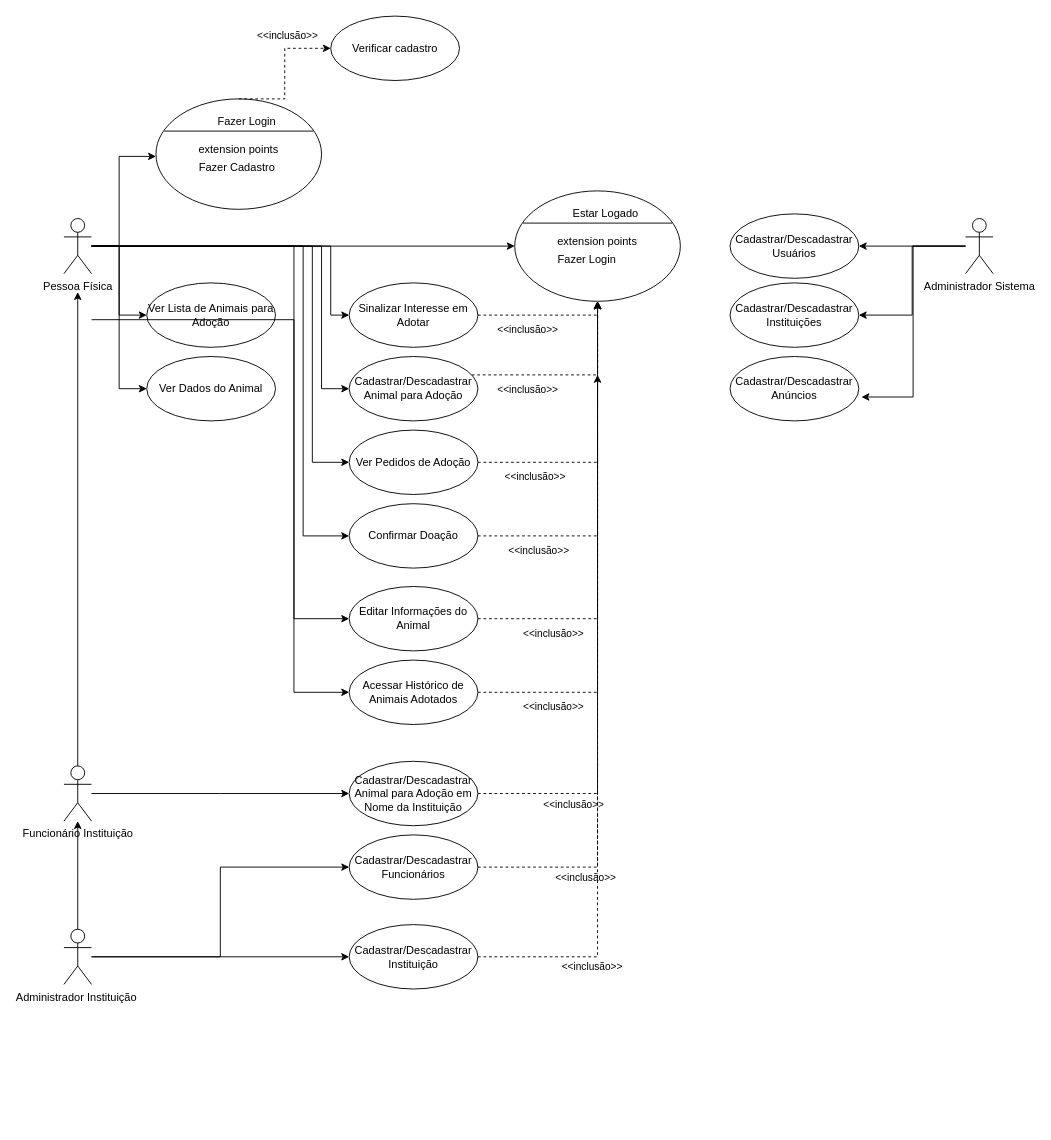
Earlier version of the draw.io diagram Documentos/Caso de Uso.drawio (GuilhermeRPimenta/trabalho-modelagem). Source tidied: cells renumbered, new cells numbered last; positions are measured from the earlier drawing's top-left corner, leaving out a move shared by most shapes. Both pictures are drawn from the tidied source at 92%, with x=0, y=0 at pixel (63, 16).
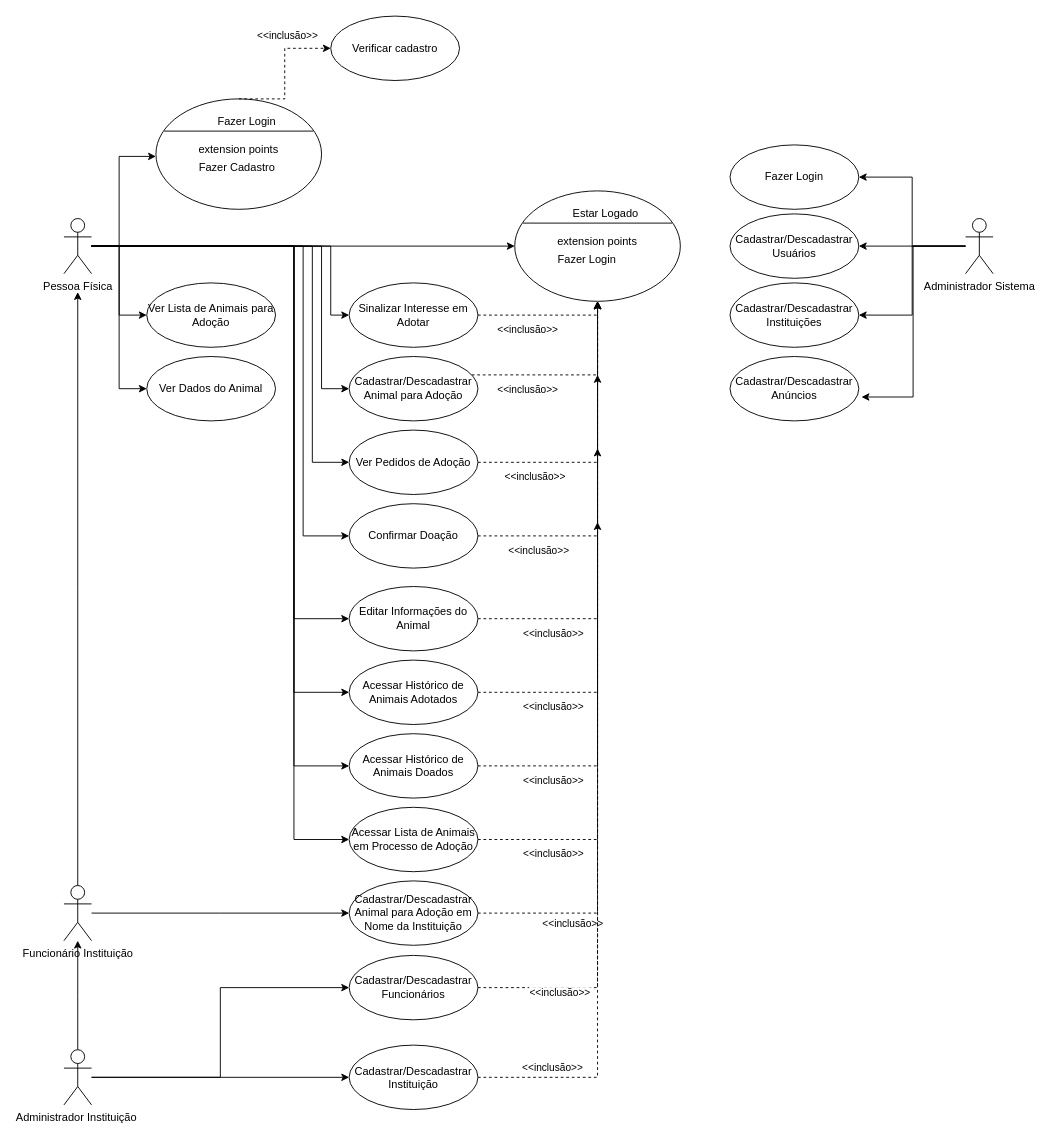
The same diagram, later.

Unchanged cells that the change refers to:
```xml
<mxCell id="11" value="Pessoa Física" style="shape=umlActor;verticalLabelPosition=bottom;verticalAlign=top;html=1;outlineConnect=0;" parent="1" vertex="1">
  <mxGeometry y="220" width="30" height="60" as="geometry" />
</mxCell>
<mxCell id="22" value="Administrador Sistema" style="shape=umlActor;verticalLabelPosition=bottom;verticalAlign=top;html=1;outlineConnect=0;" parent="1" vertex="1">
  <mxGeometry x="980" y="220" width="30" height="60" as="geometry" />
</mxCell>
<mxCell id="23" style="edgeStyle=elbowEdgeStyle;shape=connector;rounded=0;jettySize=auto;html=1;strokeColor=default;align=center;verticalAlign=middle;fontFamily=Helvetica;fontSize=11;fontColor=default;labelBackgroundColor=default;endArrow=classic;dashed=1;" parent="1" edge="1" source="25">
  <mxGeometry relative="1" as="geometry">
    <mxPoint x="580" y="310" as="targetPoint" />
    <Array as="points">
      <mxPoint x="580" y="510" />
    </Array>
  </mxGeometry>
</mxCell>
<mxCell id="55" style="edgeStyle=elbowEdgeStyle;shape=connector;rounded=0;jettySize=auto;html=1;strokeColor=default;align=center;verticalAlign=middle;fontFamily=Helvetica;fontSize=11;fontColor=default;labelBackgroundColor=default;endArrow=classic;dashed=1;exitX=1;exitY=0.5;exitDx=0;exitDy=0;entryX=0.5;entryY=1;entryDx=0;entryDy=0;" parent="1" edge="1" source="19" target="50">
  <mxGeometry relative="1" as="geometry">
    <Array as="points">
      <mxPoint x="580" y="640" />
    </Array>
  </mxGeometry>
</mxCell>
<mxCell id="57" style="edgeStyle=elbowEdgeStyle;shape=connector;rounded=0;jettySize=auto;html=1;strokeColor=default;align=center;verticalAlign=middle;fontFamily=Helvetica;fontSize=11;fontColor=default;labelBackgroundColor=default;endArrow=classic;dashed=1;exitX=1;exitY=0.5;exitDx=0;exitDy=0;entryX=0.5;entryY=1;entryDx=0;entryDy=0;" parent="1" edge="1" source="26" target="50">
  <mxGeometry relative="1" as="geometry">
    <Array as="points">
      <mxPoint x="580" y="690" />
    </Array>
  </mxGeometry>
</mxCell>
<mxCell id="67" value="Acessar Histórico de Animais Adotados" style="ellipse;whiteSpace=wrap;html=1;" parent="1" vertex="1">
  <mxGeometry x="310" y="700" width="140" height="70" as="geometry" />
</mxCell>
```

Change to the diagram source:
```diff
@@
     <mxCell id="15" value="Administrador Instituição&amp;nbsp;" style="shape=umlActor;verticalLabelPosition=bottom;verticalAlign=top;html=1;outlineConnect=0;" parent="1" vertex="1">
-      <mxGeometry y="992.5" width="30" height="60" as="geometry" />
+      <mxGeometry y="1123.5" width="30" height="60" as="geometry" />
     </mxCell>
@@
     <mxCell id="19" value="Cadastrar/Descadastrar Funcionários" style="ellipse;whiteSpace=wrap;html=1;" parent="1" vertex="1">
-      <mxGeometry x="310" y="890" width="140" height="70" as="geometry" />
+      <mxGeometry x="310" y="1021" width="140" height="70" as="geometry" />
     </mxCell>
@@
+    <mxCell id="70" style="edgeStyle=elbowEdgeStyle;rounded=0;jettySize=auto;html=1;entryX=1;entryY=0.5;entryDx=0;entryDy=0;" parent="1" edge="1" source="22" target="79">
+      <mxGeometry relative="1" as="geometry" />
+    </mxCell>
@@
     <mxCell id="24" value="&amp;lt;&amp;lt;inclusão&amp;gt;&amp;gt;" style="edgeLabel;html=1;align=center;verticalAlign=middle;fontFamily=Helvetica;fontSize=11;fontColor=default;labelBackgroundColor=default;" parent="23" vertex="1">
       <mxGeometry x="-0.68" y="4" relative="1" as="geometry">
-        <mxPoint x="-3" y="15" as="offset" />
+        <mxPoint x="-25" y="15" as="offset" />
       </mxGeometry>
     </mxCell>
     <mxCell id="25" value="Cadastrar/Descadastrar Animal para Adoção em Nome da Instituição" style="ellipse;whiteSpace=wrap;html=1;" parent="1" vertex="1">
-      <mxGeometry x="310" y="810" width="140" height="70" as="geometry" />
+      <mxGeometry x="310" y="940" width="140" height="70" as="geometry" />
     </mxCell>
     <mxCell id="26" value="Cadastrar/Descadastrar Instituição" style="ellipse;whiteSpace=wrap;html=1;" parent="1" vertex="1">
-      <mxGeometry x="310" y="987.5" width="140" height="70" as="geometry" />
+      <mxGeometry x="310" y="1118.5" width="140" height="70" as="geometry" />
     </mxCell>
@@
     <mxCell id="28" value="Funcionário Instituição" style="shape=umlActor;verticalLabelPosition=bottom;verticalAlign=top;html=1;outlineConnect=0;" parent="1" vertex="1">
-      <mxGeometry y="815" width="30" height="60" as="geometry" />
+      <mxGeometry y="945" width="30" height="60" as="geometry" />
     </mxCell>
@@
     <mxCell id="56" value="&amp;lt;&amp;lt;inclusão&amp;gt;&amp;gt;" style="edgeLabel;html=1;align=center;verticalAlign=middle;fontFamily=Helvetica;fontSize=11;fontColor=default;labelBackgroundColor=default;" parent="55" vertex="1">
       <mxGeometry x="-0.68" y="4" relative="1" as="geometry">
-        <mxPoint x="-3" y="15" as="offset" />
+        <mxPoint x="-38" y="15" as="offset" />
       </mxGeometry>
     </mxCell>
@@
     <mxCell id="58" value="&amp;lt;&amp;lt;inclusão&amp;gt;&amp;gt;" style="edgeLabel;html=1;align=center;verticalAlign=middle;fontFamily=Helvetica;fontSize=11;fontColor=default;labelBackgroundColor=default;" parent="57" vertex="1">
       <mxGeometry x="-0.68" y="4" relative="1" as="geometry">
-        <mxPoint x="-3" y="15" as="offset" />
+        <mxPoint x="-46" y="15" as="offset" />
       </mxGeometry>
     </mxCell>
@@
-    <mxCell id="66" style="edgeStyle=elbowEdgeStyle;shape=connector;rounded=0;jettySize=auto;html=1;entryX=0;entryY=0.5;entryDx=0;entryDy=0;strokeColor=default;align=center;verticalAlign=middle;fontFamily=Helvetica;fontSize=11;fontColor=default;labelBackgroundColor=default;endArrow=classic;" parent="1" edge="1" target="67">
+    <mxCell id="66" style="edgeStyle=elbowEdgeStyle;shape=connector;rounded=0;jettySize=auto;html=1;entryX=0;entryY=0.5;entryDx=0;entryDy=0;strokeColor=default;align=center;verticalAlign=middle;fontFamily=Helvetica;fontSize=11;fontColor=default;labelBackgroundColor=default;endArrow=classic;" parent="1" edge="1" source="11" target="67">
       <mxGeometry relative="1" as="geometry">
-        <mxPoint x="30" y="330" as="sourcePoint" />
         <Array as="points">
           <mxPoint x="250" y="570" />
         </Array>
       </mxGeometry>
     </mxCell>
@@
+    <mxCell id="71" value="Acessar Histórico de Animais Doados" style="ellipse;whiteSpace=wrap;html=1;" parent="1" vertex="1">
+      <mxGeometry x="310" y="780" width="140" height="70" as="geometry" />
+    </mxCell>
+    <mxCell id="72" style="edgeStyle=elbowEdgeStyle;shape=connector;rounded=0;jettySize=auto;html=1;entryX=0;entryY=0.5;entryDx=0;entryDy=0;strokeColor=default;align=center;verticalAlign=middle;fontFamily=Helvetica;fontSize=11;fontColor=default;labelBackgroundColor=default;endArrow=classic;" parent="1" edge="1" source="11" target="71">
+      <mxGeometry relative="1" as="geometry">
+        <Array as="points">
+          <mxPoint x="250" y="650" />
+        </Array>
+      </mxGeometry>
+    </mxCell>
+    <mxCell id="73" style="edgeStyle=elbowEdgeStyle;shape=connector;rounded=0;jettySize=auto;html=1;strokeColor=default;align=center;verticalAlign=middle;fontFamily=Helvetica;fontSize=11;fontColor=default;labelBackgroundColor=default;endArrow=classic;dashed=1;exitX=1;exitY=0.5;exitDx=0;exitDy=0;entryX=0.5;entryY=1;entryDx=0;entryDy=0;" parent="1" edge="1" source="71">
+      <mxGeometry relative="1" as="geometry">
+        <mxPoint x="580" y="470" as="targetPoint" />
+        <Array as="points">
+          <mxPoint x="580" y="670" />
+        </Array>
+      </mxGeometry>
+    </mxCell>
+    <mxCell id="74" value="&amp;lt;&amp;lt;inclusão&amp;gt;&amp;gt;" style="edgeLabel;html=1;align=center;verticalAlign=middle;fontFamily=Helvetica;fontSize=11;fontColor=default;labelBackgroundColor=default;" parent="73" vertex="1">
+      <mxGeometry x="-0.66" relative="1" as="geometry">
+        <mxPoint y="15" as="offset" />
+      </mxGeometry>
+    </mxCell>
+    <mxCell id="75" value="Acessar Lista de Animais em Processo de Adoção" style="ellipse;whiteSpace=wrap;html=1;" parent="1" vertex="1">
+      <mxGeometry x="310" y="860" width="140" height="70" as="geometry" />
+    </mxCell>
+    <mxCell id="76" style="edgeStyle=elbowEdgeStyle;shape=connector;rounded=0;jettySize=auto;html=1;entryX=0;entryY=0.5;entryDx=0;entryDy=0;strokeColor=default;align=center;verticalAlign=middle;fontFamily=Helvetica;fontSize=11;fontColor=default;labelBackgroundColor=default;endArrow=classic;" parent="1" edge="1" source="11" target="75">
+      <mxGeometry relative="1" as="geometry">
+        <Array as="points">
+          <mxPoint x="250" y="730" />
+        </Array>
+      </mxGeometry>
+    </mxCell>
+    <mxCell id="77" style="edgeStyle=elbowEdgeStyle;shape=connector;rounded=0;jettySize=auto;html=1;strokeColor=default;align=center;verticalAlign=middle;fontFamily=Helvetica;fontSize=11;fontColor=default;labelBackgroundColor=default;endArrow=classic;dashed=1;exitX=1;exitY=0.5;exitDx=0;exitDy=0;entryX=0.5;entryY=1;entryDx=0;entryDy=0;" parent="1" edge="1" source="75">
+      <mxGeometry relative="1" as="geometry">
+        <mxPoint x="580" y="550" as="targetPoint" />
+        <Array as="points">
+          <mxPoint x="580" y="750" />
+        </Array>
+      </mxGeometry>
+    </mxCell>
+    <mxCell id="78" value="&amp;lt;&amp;lt;inclusão&amp;gt;&amp;gt;" style="edgeLabel;html=1;align=center;verticalAlign=middle;fontFamily=Helvetica;fontSize=11;fontColor=default;labelBackgroundColor=default;" parent="77" vertex="1">
+      <mxGeometry x="-0.66" relative="1" as="geometry">
+        <mxPoint y="15" as="offset" />
+      </mxGeometry>
+    </mxCell>
+    <mxCell id="79" value="Fazer Login" style="ellipse;whiteSpace=wrap;html=1;" parent="1" vertex="1">
+      <mxGeometry x="724" y="140" width="140" height="70" as="geometry" />
+    </mxCell>
```
